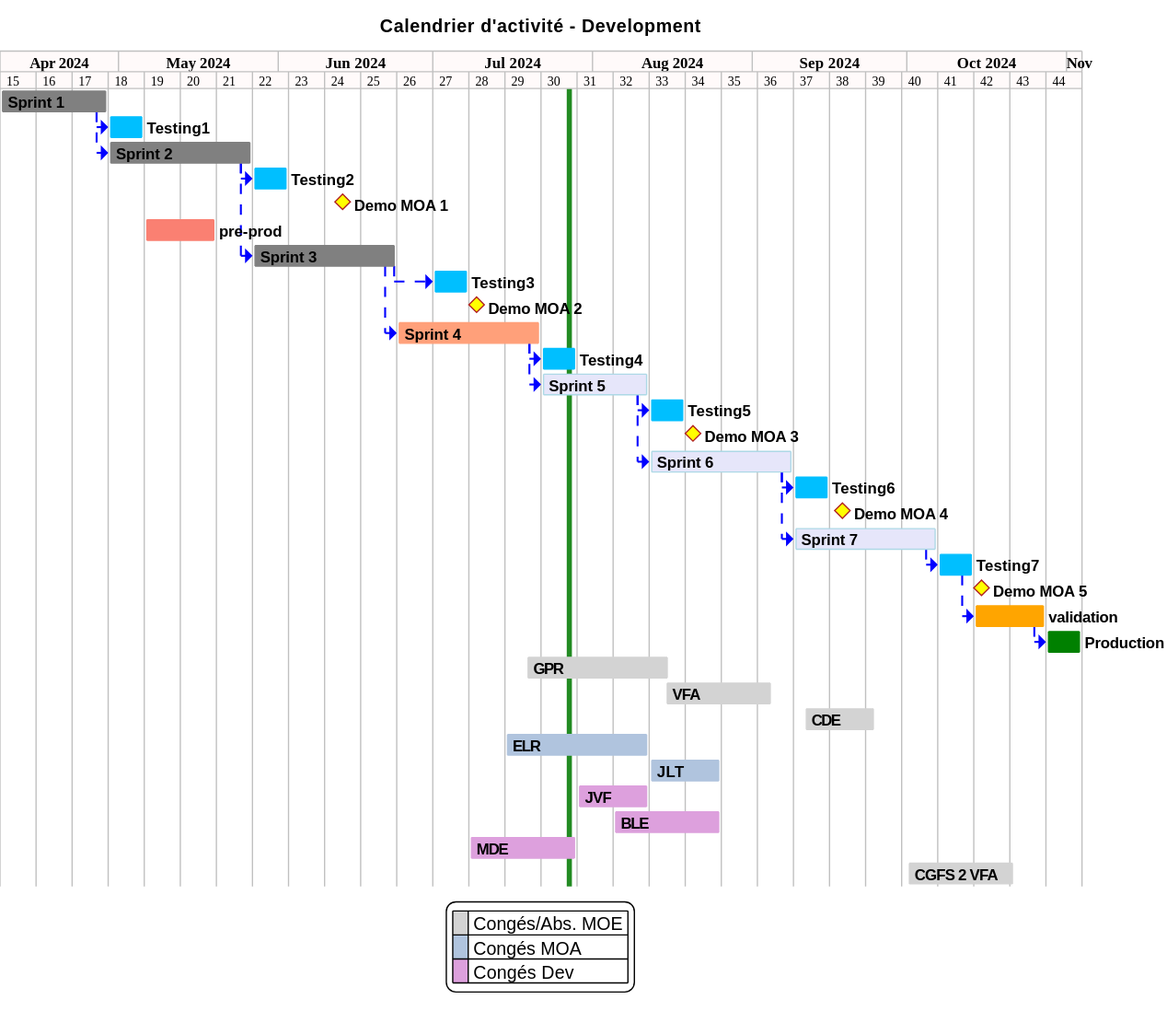
This is projects/activity-calendar/not/images/refonte-activity-calendar-planning-sprints.svg from sumaris-net/sumaris-doc, a PlantUML export, as it was before one commit.
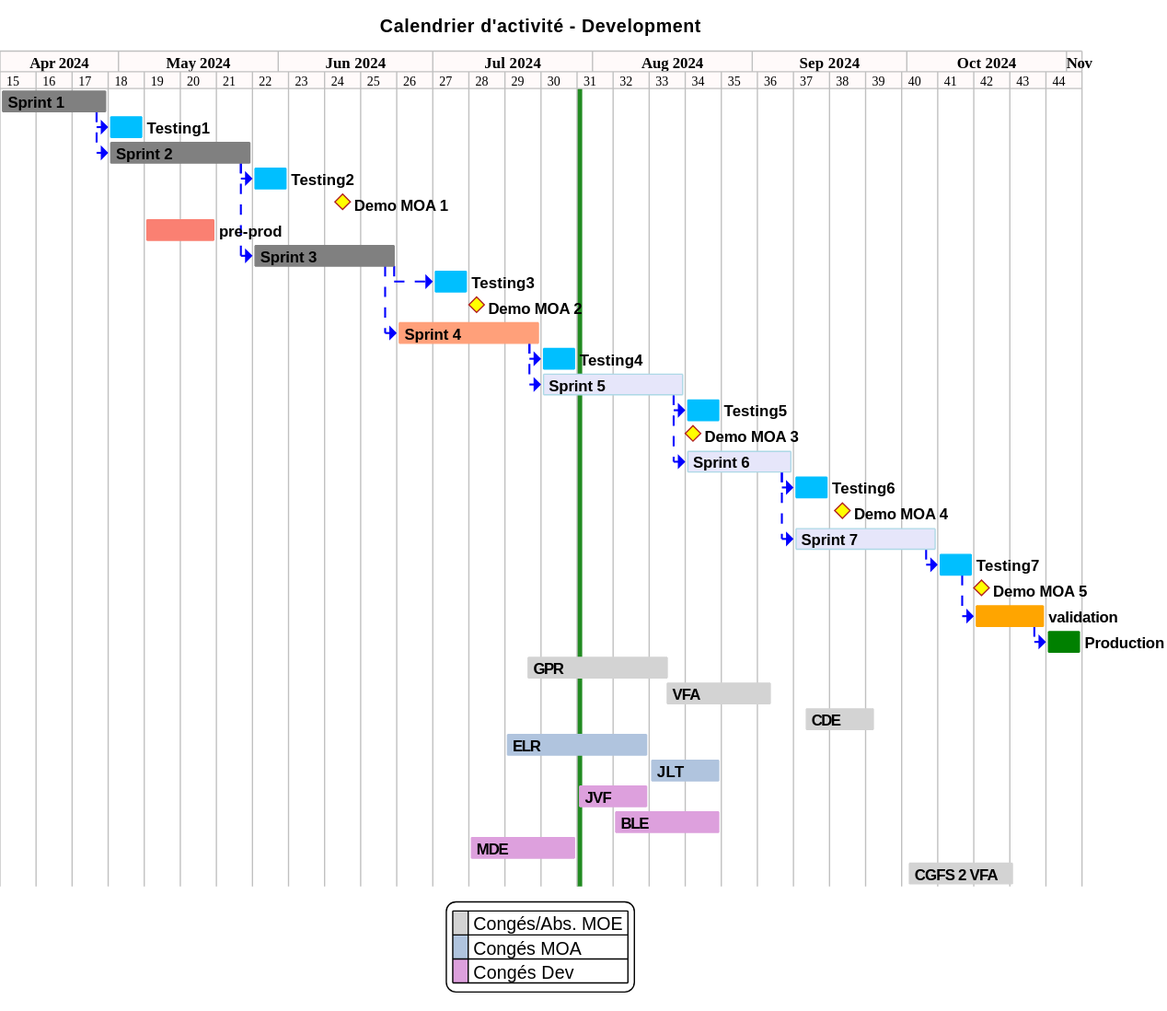
After the change.

Commit message:
[not] update planning (ActiFLot, ObsVentes) and instanciate risk monitoring

The edit, as a diff of the source:
```diff
@@ -102,14 +102,14 @@
 [TASK4]->[Testing4]
 
 
-[Sprint 5] as [TASK5] requires 3 weeks
+[Sprint 5] as [TASK5] requires 4 weeks
 [TASK5] is colored in Lavender/LightBlue
 [TASK4]->[TASK5]
 [Testing5] requires 1 week and starts the 5th of August 2024
 [TASK5]->[Testing5]
 [Demo MOA 3] happens 20th of August 2024
 
-[Sprint 6] as [TASK6] requires 4 weeks and starts the 5th of August 2024
+[Sprint 6] as [TASK6] requires 3 weeks and starts the 5th of August 2024
 [TASK6] is colored in Lavender/LightBlue
 [TASK5]->[TASK6]
 [Testing6] requires 1 week
```
